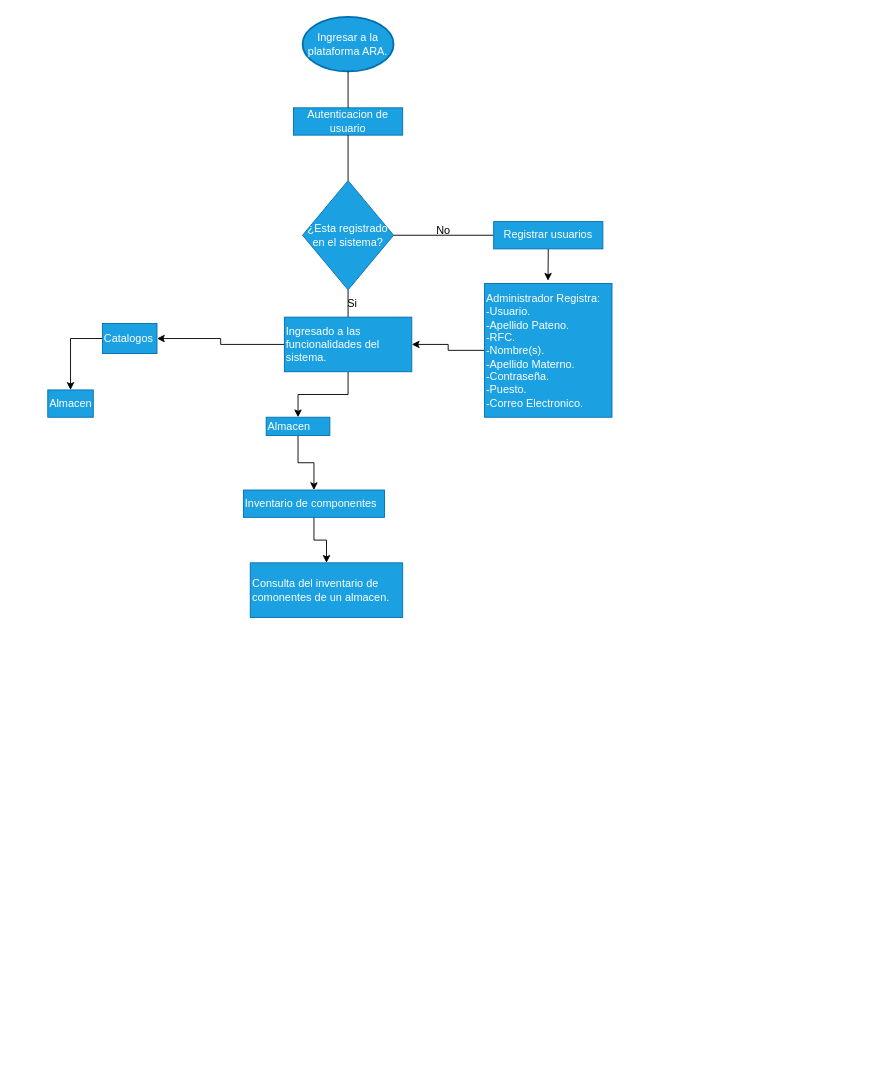
This is diagrama de flujo resurtido.drawio from Agustin841155/Diagramas, a draw.io file, before an edit. Source tidied: cells renumbered, new cells numbered last; positions are measured from the earlier drawing's top-left corner, leaving out a move shared by most shapes. Both pictures are drawn from the tidied source at 91%, with x=0, y=0 at pixel (47, 16).
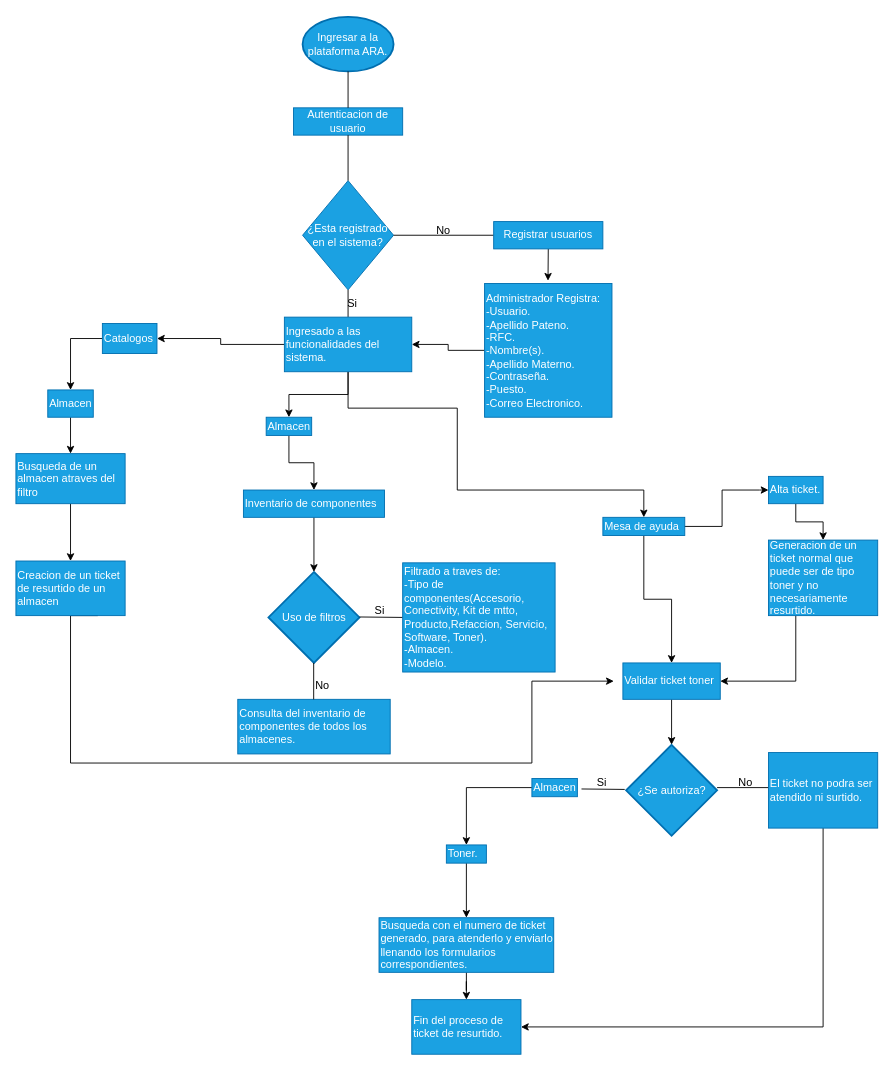
The same page after the edit.

Unchanged cells that the change refers to:
```xml
<mxCell id="17" value="Ingresado a las funcionalidades del sistema." style="rounded=0;whiteSpace=wrap;html=1;fillColor=#1ba1e2;fontColor=#ffffff;strokeColor=#006EAF;align=left;" parent="1" vertex="1">
  <mxGeometry x="260" y="330" width="140" height="60" as="geometry" />
</mxCell>
<mxCell id="23" value="Inventario de componentes" style="rounded=0;whiteSpace=wrap;html=1;align=left;fillColor=#1ba1e2;strokeColor=#006EAF;fontColor=#ffffff;" parent="1" vertex="1">
  <mxGeometry x="215" y="520" width="155" height="30" as="geometry" />
</mxCell>
<mxCell id="24" value="Almacen" style="whiteSpace=wrap;html=1;align=left;fillColor=#1ba1e2;strokeColor=#006EAF;fontColor=#ffffff;rounded=0;" parent="1" vertex="1">
  <mxGeometry y="410" width="50" height="30" as="geometry" />
</mxCell>
```

Change to the diagram source:
```diff
@@
+    <mxCell id="26" style="edgeStyle=orthogonalEdgeStyle;rounded=0;jettySize=auto;html=1;" parent="1" edge="1" source="17" target="39">
+      <mxGeometry relative="1" as="geometry">
+        <Array as="points">
+          <mxPoint x="330" y="430" />
+          <mxPoint x="450" y="430" />
+          <mxPoint x="450" y="520" />
+        </Array>
+      </mxGeometry>
+    </mxCell>
@@
     <mxCell id="19" value="Almacen" style="whiteSpace=wrap;html=1;align=left;fillColor=#1ba1e2;strokeColor=#006EAF;fontColor=#ffffff;rounded=0;" parent="1" vertex="1">
-      <mxGeometry x="240" y="440" width="70" height="20" as="geometry" />
+      <mxGeometry x="240" y="440" width="50" height="20" as="geometry" />
     </mxCell>
@@
-    <mxCell id="22" style="edgeStyle=orthogonalEdgeStyle;rounded=0;jettySize=auto;html=1;" parent="1" edge="1" source="23" target="25">
-      <mxGeometry relative="1" as="geometry" />
-    </mxCell>
+    <mxCell id="27" style="edgeStyle=orthogonalEdgeStyle;rounded=0;jettySize=auto;html=1;exitX=0.5;exitY=1;exitDx=0;exitDy=0;entryX=0.5;entryY=0;entryDx=0;entryDy=0;entryPerimeter=0;" parent="1" edge="1" source="23" target="31">
+      <mxGeometry relative="1" as="geometry" />
+    </mxCell>
@@
+    <mxCell id="28" style="edgeStyle=orthogonalEdgeStyle;rounded=0;jettySize=auto;html=1;" parent="1" edge="1" source="24" target="30">
+      <mxGeometry relative="1" as="geometry" />
+    </mxCell>
@@
-    <mxCell id="25" value="Consulta del inventario de comonentes de un almacen." style="whiteSpace=wrap;html=1;align=left;fillColor=#1ba1e2;strokeColor=#006EAF;fontColor=#ffffff;rounded=0;" parent="1" vertex="1">
-      <mxGeometry x="222.5" y="600" width="167.5" height="60" as="geometry" />
+    <mxCell id="25" value="Consulta del inventario de componentes de todos los almacenes." style="whiteSpace=wrap;html=1;align=left;fillColor=#1ba1e2;strokeColor=#006EAF;fontColor=#ffffff;rounded=0;" parent="1" vertex="1">
+      <mxGeometry x="208.8" y="750" width="167.5" height="60" as="geometry" />
     </mxCell>
+    <mxCell id="29" style="edgeStyle=orthogonalEdgeStyle;rounded=0;jettySize=auto;html=1;" parent="1" edge="1" source="30" target="43">
+      <mxGeometry relative="1" as="geometry" />
+    </mxCell>
+    <mxCell id="30" value="Busqueda de un almacen atraves del filtro" style="whiteSpace=wrap;html=1;align=left;fillColor=#1ba1e2;strokeColor=#006EAF;fontColor=#ffffff;rounded=0;" parent="1" vertex="1">
+      <mxGeometry x="-35" y="480" width="120" height="55" as="geometry" />
+    </mxCell>
+    <mxCell id="31" value="Uso de filtros" style="strokeWidth=2;html=1;shape=mxgraph.flowchart.decision;whiteSpace=wrap;fillColor=#1ba1e2;fontColor=#ffffff;strokeColor=#006EAF;" parent="1" vertex="1">
+      <mxGeometry x="242.5" y="610" width="100" height="100" as="geometry" />
+    </mxCell>
+    <mxCell id="32" value="Si" style="text;html=1;strokeColor=none;fillColor=none;align=center;verticalAlign=middle;whiteSpace=wrap;rounded=0;" parent="1" vertex="1">
+      <mxGeometry x="350" y="648" width="30" height="10" as="geometry" />
+    </mxCell>
+    <mxCell id="33" style="endArrow=none;html=1;rounded=0;entryX=1;entryY=0.5;entryDx=0;entryDy=0;" parent="1" edge="1">
+      <mxGeometry relative="1" as="geometry">
+        <mxPoint x="390" y="660" as="sourcePoint" />
+        <mxPoint x="342.5" y="659.5" as="targetPoint" />
+      </mxGeometry>
+    </mxCell>
+    <mxCell id="34" value="No" style="text;html=1;strokeColor=none;fillColor=none;align=center;verticalAlign=middle;whiteSpace=wrap;rounded=0;" parent="1" vertex="1">
+      <mxGeometry x="287" y="730" width="30" height="10" as="geometry" />
+    </mxCell>
+    <mxCell id="35" style="endArrow=none;html=1;rounded=0;entryX=1;entryY=0.5;entryDx=0;entryDy=0;" parent="1" edge="1">
+      <mxGeometry relative="1" as="geometry">
+        <mxPoint x="292.2" y="750" as="sourcePoint" />
+        <mxPoint x="292.2" y="710" as="targetPoint" />
+      </mxGeometry>
+    </mxCell>
+    <mxCell id="36" value="Filtrado a traves de:&lt;br&gt;-Tipo de componentes(Accesorio, Conectivity, Kit de mtto, Producto,Refaccion, Servicio, Software, Toner).&lt;br&gt;-Almacen.&lt;br&gt;-Modelo." style="whiteSpace=wrap;html=1;align=left;fillColor=#1ba1e2;strokeColor=#006EAF;fontColor=#ffffff;rounded=0;" parent="1" vertex="1">
+      <mxGeometry x="390" y="600" width="167.5" height="120" as="geometry" />
+    </mxCell>
+    <mxCell id="37" style="edgeStyle=orthogonalEdgeStyle;rounded=0;orthogonalLoop=1;jettySize=auto;html=1;" parent="1" edge="1">
+      <mxGeometry relative="1" as="geometry">
+        <mxPoint x="692" y="570" as="sourcePoint" />
+        <mxPoint x="792" y="520" as="targetPoint" />
+        <Array as="points">
+          <mxPoint x="692" y="560" />
+          <mxPoint x="741" y="560" />
+          <mxPoint x="741" y="520" />
+          <mxPoint x="782" y="520" />
+        </Array>
+      </mxGeometry>
+    </mxCell>
+    <mxCell id="38" style="edgeStyle=orthogonalEdgeStyle;rounded=0;jettySize=auto;html=1;" parent="1" edge="1" source="39" target="47">
+      <mxGeometry relative="1" as="geometry" />
+    </mxCell>
+    <mxCell id="39" value="Mesa de ayuda" style="whiteSpace=wrap;html=1;align=left;fillColor=#1ba1e2;strokeColor=#006EAF;fontColor=#ffffff;rounded=0;" parent="1" vertex="1">
+      <mxGeometry x="610" y="550" width="90" height="20" as="geometry" />
+    </mxCell>
+    <mxCell id="40" style="edgeStyle=orthogonalEdgeStyle;rounded=0;jettySize=auto;html=1;exitX=0.5;exitY=1;exitDx=0;exitDy=0;entryX=0.5;entryY=0;entryDx=0;entryDy=0;" parent="1" edge="1" source="41" target="45">
+      <mxGeometry relative="1" as="geometry" />
+    </mxCell>
+    <mxCell id="41" value="Alta ticket." style="rounded=0;whiteSpace=wrap;html=1;align=left;fillColor=#1ba1e2;strokeColor=#006EAF;fontColor=#ffffff;" parent="1" vertex="1">
+      <mxGeometry x="792" y="505" width="60" height="30" as="geometry" />
+    </mxCell>
+    <mxCell id="42" style="edgeStyle=orthogonalEdgeStyle;rounded=0;jettySize=auto;html=1;exitX=0.75;exitY=1;exitDx=0;exitDy=0;" parent="1" edge="1" source="43">
+      <mxGeometry relative="1" as="geometry">
+        <mxPoint x="622" y="730" as="targetPoint" />
+        <Array as="points">
+          <mxPoint x="25" y="658" />
+          <mxPoint x="25" y="820" />
+          <mxPoint x="532" y="820" />
+          <mxPoint x="532" y="730" />
+        </Array>
+      </mxGeometry>
+    </mxCell>
+    <mxCell id="43" value="Creacion de un ticket de resurtido de un almacen" style="whiteSpace=wrap;html=1;align=left;fillColor=#1ba1e2;strokeColor=#006EAF;fontColor=#ffffff;rounded=0;" parent="1" vertex="1">
+      <mxGeometry x="-35" y="598" width="120" height="60" as="geometry" />
+    </mxCell>
+    <mxCell id="44" style="edgeStyle=orthogonalEdgeStyle;rounded=0;jettySize=auto;html=1;exitX=0.25;exitY=1;exitDx=0;exitDy=0;" parent="1" edge="1" source="45" target="47">
+      <mxGeometry relative="1" as="geometry">
+        <Array as="points">
+          <mxPoint x="822" y="730" />
+        </Array>
+      </mxGeometry>
+    </mxCell>
+    <mxCell id="45" value="Generacion de un ticket normal que puede ser de tipo toner y no necesariamente resurtido." style="whiteSpace=wrap;html=1;align=left;fillColor=#1ba1e2;strokeColor=#006EAF;fontColor=#ffffff;rounded=0;" parent="1" vertex="1">
+      <mxGeometry x="792" y="575" width="120" height="83" as="geometry" />
+    </mxCell>
+    <mxCell id="46" style="edgeStyle=orthogonalEdgeStyle;rounded=0;jettySize=auto;html=1;exitX=0.5;exitY=1;exitDx=0;exitDy=0;entryX=0.5;entryY=0;entryDx=0;entryDy=0;entryPerimeter=0;" parent="1" edge="1" source="47" target="48">
+      <mxGeometry relative="1" as="geometry" />
+    </mxCell>
+    <mxCell id="47" value="Validar ticket toner" style="whiteSpace=wrap;html=1;align=left;fillColor=#1ba1e2;strokeColor=#006EAF;fontColor=#ffffff;rounded=0;" parent="1" vertex="1">
+      <mxGeometry x="632" y="710" width="107" height="40" as="geometry" />
+    </mxCell>
+    <mxCell id="48" value="¿Se autoriza?" style="strokeWidth=2;html=1;shape=mxgraph.flowchart.decision;whiteSpace=wrap;fillColor=#1ba1e2;fontColor=#ffffff;strokeColor=#006EAF;" parent="1" vertex="1">
+      <mxGeometry x="635.5" y="800" width="100" height="100" as="geometry" />
+    </mxCell>
+    <mxCell id="49" value="Si" style="text;html=1;strokeColor=none;fillColor=none;align=center;verticalAlign=middle;whiteSpace=wrap;rounded=0;" parent="1" vertex="1">
+      <mxGeometry x="594" y="837" width="30" height="10" as="geometry" />
+    </mxCell>
+    <mxCell id="50" style="endArrow=none;html=1;rounded=0;entryX=1;entryY=0.5;entryDx=0;entryDy=0;" parent="1" edge="1">
+      <mxGeometry relative="1" as="geometry">
+        <mxPoint x="634" y="849" as="sourcePoint" />
+        <mxPoint x="586.5" y="848.5" as="targetPoint" />
+      </mxGeometry>
+    </mxCell>
+    <mxCell id="51" value="No" style="text;html=1;strokeColor=none;fillColor=none;align=center;verticalAlign=middle;whiteSpace=wrap;rounded=0;" parent="1" vertex="1">
+      <mxGeometry x="752" y="837" width="30" height="10" as="geometry" />
+    </mxCell>
+    <mxCell id="52" style="endArrow=none;html=1;rounded=0;entryX=1;entryY=0.5;entryDx=0;entryDy=0;" parent="1" edge="1">
+      <mxGeometry relative="1" as="geometry">
+        <mxPoint x="792" y="847" as="sourcePoint" />
+        <mxPoint x="735.5" y="847" as="targetPoint" />
+      </mxGeometry>
+    </mxCell>
+    <mxCell id="53" style="edgeStyle=orthogonalEdgeStyle;rounded=0;jettySize=auto;html=1;exitX=0.5;exitY=1;exitDx=0;exitDy=0;entryX=1;entryY=0.5;entryDx=0;entryDy=0;" parent="1" edge="1" source="54" target="61">
+      <mxGeometry relative="1" as="geometry" />
+    </mxCell>
+    <mxCell id="54" value="El ticket no podra ser atendido ni surtido." style="whiteSpace=wrap;html=1;align=left;fillColor=#1ba1e2;strokeColor=#006EAF;fontColor=#ffffff;rounded=0;" parent="1" vertex="1">
+      <mxGeometry x="792" y="808.5" width="120" height="83" as="geometry" />
+    </mxCell>
+    <mxCell id="55" style="edgeStyle=orthogonalEdgeStyle;rounded=0;jettySize=auto;html=1;" parent="1" edge="1" source="56" target="58">
+      <mxGeometry relative="1" as="geometry" />
+    </mxCell>
+    <mxCell id="56" value="Almacen" style="whiteSpace=wrap;html=1;align=left;fillColor=#1ba1e2;strokeColor=#006EAF;fontColor=#ffffff;rounded=0;" parent="1" vertex="1">
+      <mxGeometry x="532" y="837" width="50" height="20" as="geometry" />
+    </mxCell>
+    <mxCell id="57" style="edgeStyle=orthogonalEdgeStyle;rounded=0;jettySize=auto;html=1;" parent="1" edge="1" source="58" target="60">
+      <mxGeometry relative="1" as="geometry" />
+    </mxCell>
+    <mxCell id="58" value="Toner." style="whiteSpace=wrap;html=1;align=left;fillColor=#1ba1e2;strokeColor=#006EAF;fontColor=#ffffff;rounded=0;" parent="1" vertex="1">
+      <mxGeometry x="438" y="910" width="44" height="20" as="geometry" />
+    </mxCell>
+    <mxCell id="59" style="edgeStyle=orthogonalEdgeStyle;rounded=0;jettySize=auto;html=1;" parent="1" edge="1" source="60" target="61">
+      <mxGeometry relative="1" as="geometry" />
+    </mxCell>
+    <mxCell id="60" value="Busqueda con el numero de ticket generado, para atenderlo y enviarlo llenando los formularios correspondientes." style="whiteSpace=wrap;html=1;align=left;fillColor=#1ba1e2;strokeColor=#006EAF;fontColor=#ffffff;rounded=0;" parent="1" vertex="1">
+      <mxGeometry x="364" y="990" width="192" height="60" as="geometry" />
+    </mxCell>
+    <mxCell id="61" value="Fin del proceso de ticket de resurtido." style="whiteSpace=wrap;html=1;align=left;fillColor=#1ba1e2;strokeColor=#006EAF;fontColor=#ffffff;rounded=0;" parent="1" vertex="1">
+      <mxGeometry x="400" y="1080" width="120" height="60" as="geometry" />
+    </mxCell>
```
